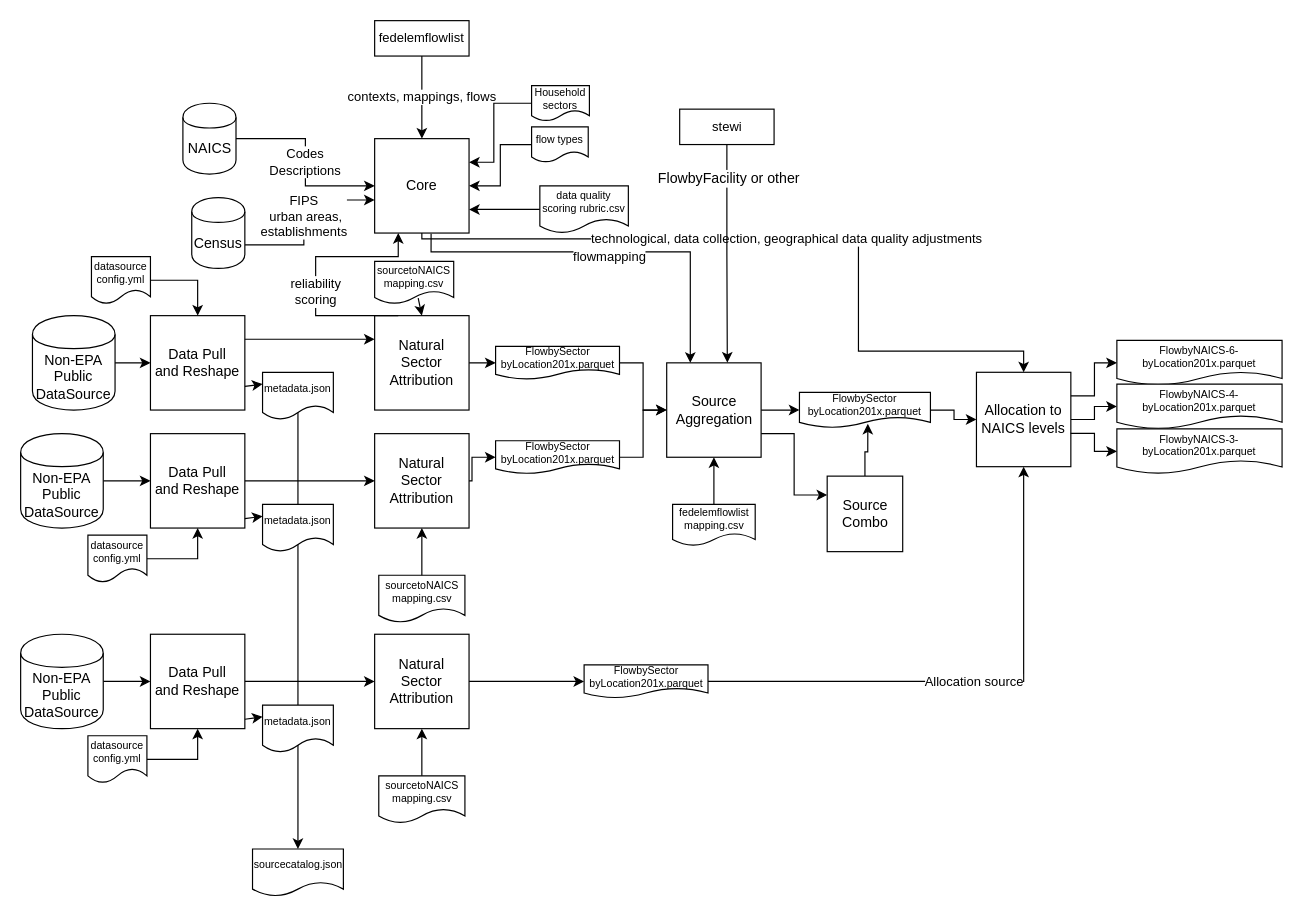
WesIngwersen/FLOWSA_design keeps this draw.io diagram as FLOWSA.drawio. Above is the earlier version. Source tidied: cells renumbered, new cells numbered last; positions are measured from the earlier drawing's top-left corner, leaving out a move shared by most shapes. Both pictures are drawn from the tidied source at 118%, with x=0, y=0 at pixel (20, 20).
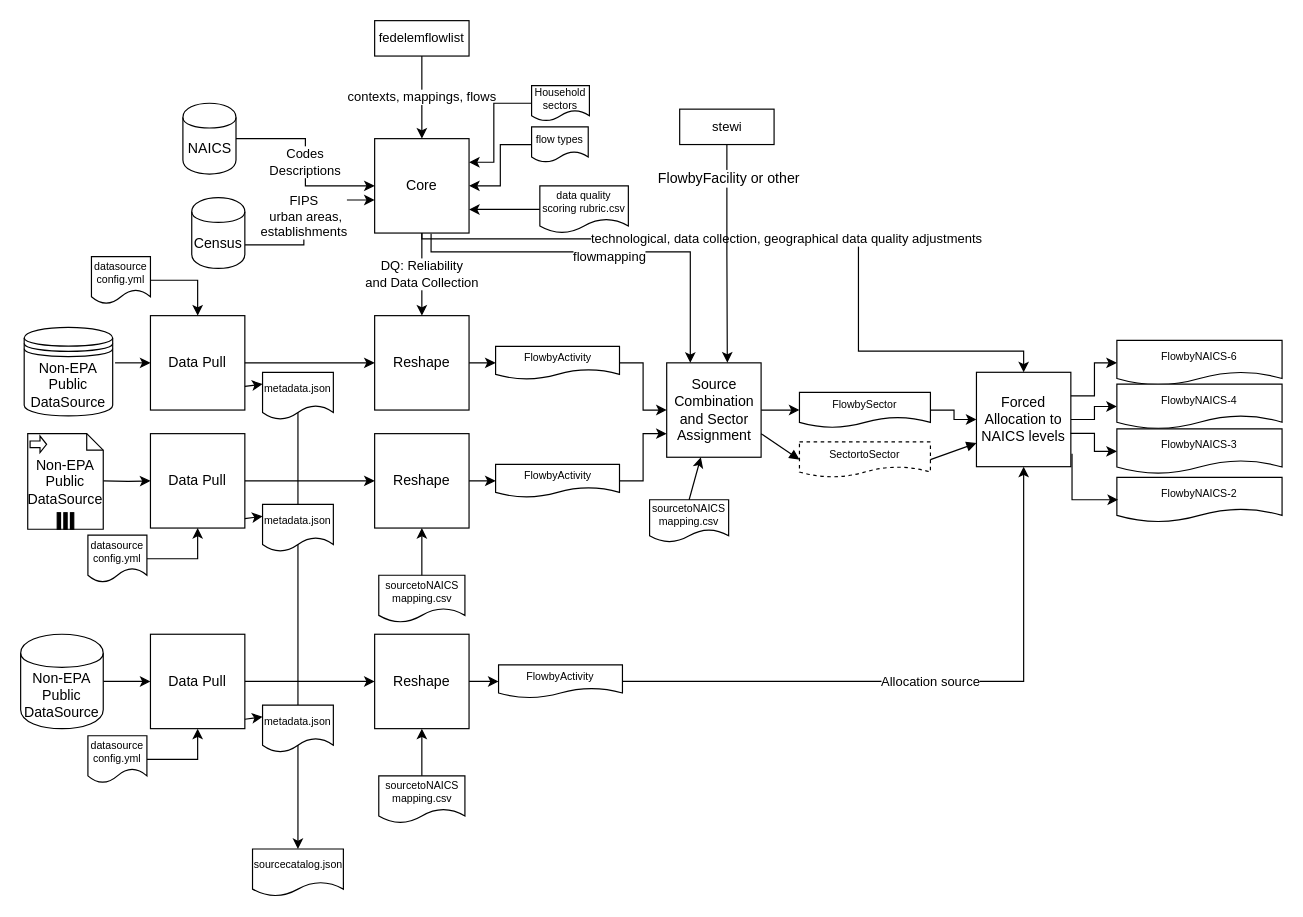
Above is the later version.

Commit message (it also covers changes not shown here):
Update flow diagram

The change refers to these unchanged cells:
```xml
<mxCell id="17" value="Core" style="whiteSpace=wrap;html=1;" parent="1" vertex="1">
  <mxGeometry x="300" y="100" width="80" height="80" as="geometry" />
</mxCell>
```

Diff of the diagram source:
```diff
@@
-    <mxCell id="2" style="edgeStyle=orthogonalEdgeStyle;rounded=0;jettySize=auto;html=1;entryX=0;entryY=0.5;entryDx=0;entryDy=0;" parent="1" edge="1" source="3" target="4">
-      <mxGeometry relative="1" as="geometry" />
+    <mxCell id="2" style="edgeStyle=orthogonalEdgeStyle;rounded=0;jettySize=auto;html=1;entryX=0;entryY=0.5;entryDx=0;entryDy=0;" parent="1" edge="1" target="4">
+      <mxGeometry relative="1" as="geometry">
+        <mxPoint x="80" y="290" as="sourcePoint" />
+      </mxGeometry>
     </mxCell>
-    <mxCell id="3" value="Non-EPA Public DataSource" style="shape=cylinder;whiteSpace=wrap;html=1;boundedLbl=1;backgroundOutline=1;" parent="1" vertex="1">
-      <mxGeometry x="10" y="250" width="70" height="80" as="geometry" />
-    </mxCell>
-    <mxCell id="4" value="Data Pull&lt;br&gt;and Reshape" style="whiteSpace=wrap;html=1;" parent="1" vertex="1">
+    <mxCell id="4" value="Data Pull" style="whiteSpace=wrap;html=1;" parent="1" vertex="1">
       <mxGeometry x="110" y="250" width="80" height="80" as="geometry" />
     </mxCell>
-    <mxCell id="5" style="endArrow=classic;html=1;exitX=1;exitY=0.25;exitDx=0;exitDy=0;entryX=0;entryY=0.25;entryDx=0;entryDy=0;" parent="1" edge="1" source="4" target="11">
+    <mxCell id="5" style="endArrow=classic;html=1;exitX=1;exitY=0.5;exitDx=0;exitDy=0;entryX=0;entryY=0.5;entryDx=0;entryDy=0;" parent="1" edge="1" source="4" target="11">
       <mxGeometry relative="1" as="geometry" />
     </mxCell>
@@
     <mxCell id="9" value="sourcetoNAICS&lt;br&gt;mapping.csv" style="shape=document;whiteSpace=wrap;html=1;boundedLbl=1;fontSize=9;" parent="1" vertex="1">
-      <mxGeometry x="300" y="204" width="67" height="36" as="geometry" />
+      <mxGeometry x="533" y="406" width="67" height="36" as="geometry" />
     </mxCell>
@@
-    <mxCell id="11" value="Natural&lt;br&gt;Sector&lt;br&gt;Attribution" style="whiteSpace=wrap;html=1;" parent="1" vertex="1">
+    <mxCell id="11" value="Reshape" style="whiteSpace=wrap;html=1;" parent="1" vertex="1">
       <mxGeometry x="300" y="250" width="80" height="80" as="geometry" />
     </mxCell>
@@
-    <mxCell id="15" value="FlowbySector&lt;br&gt;byLocation201x.parquet" style="shape=document;whiteSpace=wrap;html=1;boundedLbl=1;fontSize=9;" parent="1" vertex="1">
+    <mxCell id="15" value="FlowbySector" style="shape=document;whiteSpace=wrap;html=1;boundedLbl=1;fontSize=9;" parent="1" vertex="1">
       <mxGeometry x="660" y="315" width="111" height="30" as="geometry" />
     </mxCell>
-    <mxCell id="16" value="reliability&lt;br&gt;scoring" style="edgeStyle=orthogonalEdgeStyle;rounded=0;jettySize=auto;html=1;startArrow=classic;startFill=1;endArrow=none;endFill=0;fontSize=11;entryX=0.25;entryY=0;entryDx=0;entryDy=0;exitX=0.25;exitY=1;exitDx=0;exitDy=0;" parent="1" edge="1" source="17" target="11">
-      <mxGeometry x="0.14" relative="1" as="geometry">
-        <Array as="points">
-          <mxPoint x="320" y="200" />
-          <mxPoint x="250" y="200" />
-          <mxPoint x="250" y="250" />
-        </Array>
-      </mxGeometry>
+    <mxCell id="16" value="DQ: Reliability&lt;br&gt;and Data Collection" style="edgeStyle=orthogonalEdgeStyle;rounded=0;jettySize=auto;html=1;" parent="1" edge="1" source="17" target="11">
+      <mxGeometry relative="1" as="geometry" />
     </mxCell>
@@
-    <mxCell id="27" style="edgeStyle=orthogonalEdgeStyle;rounded=0;jettySize=auto;html=1;startArrow=classic;startFill=1;endArrow=none;endFill=0;fontSize=11;exitX=0.5;exitY=1;exitDx=0;exitDy=0;entryX=0.5;entryY=0;entryDx=0;entryDy=0;" parent="1" edge="1" source="38" target="28">
-      <mxGeometry relative="1" as="geometry" />
-    </mxCell>
-    <mxCell id="28" value="fedelemflowlist&lt;br&gt;mapping.csv" style="shape=document;whiteSpace=wrap;html=1;boundedLbl=1;fontSize=9;" parent="1" vertex="1">
-      <mxGeometry x="552.5" y="410" width="70" height="35" as="geometry" />
-    </mxCell>
@@
-    <mxCell id="30" value="Allocation to NAICS levels" style="whiteSpace=wrap;html=1;" parent="1" vertex="1">
+    <mxCell id="30" value="Forced&lt;br&gt;Allocation to NAICS levels" style="whiteSpace=wrap;html=1;" parent="1" vertex="1">
       <mxGeometry x="810" y="298" width="80" height="80" as="geometry" />
     </mxCell>
-    <mxCell id="31" value="FlowbyNAICS-6-byLocation201x.parquet" style="shape=document;whiteSpace=wrap;html=1;boundedLbl=1;fontSize=9;" parent="1" vertex="1">
+    <mxCell id="31" value="FlowbyNAICS-6" style="shape=document;whiteSpace=wrap;html=1;boundedLbl=1;fontSize=9;" parent="1" vertex="1">
       <mxGeometry x="929" y="271" width="140" height="38" as="geometry" />
     </mxCell>
-    <mxCell id="32" style="edgeStyle=orthogonalEdgeStyle;rounded=0;jettySize=auto;html=1;fontSize=11;entryX=0;entryY=0.5;entryDx=0;entryDy=0;" parent="1" edge="1" source="33" target="35">
-      <mxGeometry relative="1" as="geometry" />
+    <mxCell id="32" style="edgeStyle=orthogonalEdgeStyle;rounded=0;jettySize=auto;html=1;fontSize=11;entryX=0;entryY=0.5;entryDx=0;entryDy=0;" parent="1" edge="1" target="35">
+      <mxGeometry relative="1" as="geometry">
+        <mxPoint x="70" y="390" as="sourcePoint" />
+      </mxGeometry>
     </mxCell>
-    <mxCell id="33" value="Non-EPA Public DataSource" style="shape=cylinder;whiteSpace=wrap;html=1;boundedLbl=1;backgroundOutline=1;" parent="1" vertex="1">
-      <mxGeometry y="350" width="70" height="80" as="geometry" />
-    </mxCell>
@@
-    <mxCell id="35" value="Data Pull&lt;br&gt;and Reshape" style="whiteSpace=wrap;html=1;" parent="1" vertex="1">
+    <mxCell id="35" value="Data Pull" style="whiteSpace=wrap;html=1;" parent="1" vertex="1">
       <mxGeometry x="110" y="350" width="80" height="80" as="geometry" />
     </mxCell>
@@
-    <mxCell id="37" style="edgeStyle=orthogonalEdgeStyle;rounded=0;jettySize=auto;html=1;exitX=1;exitY=0.75;exitDx=0;exitDy=0;entryX=0;entryY=0.25;entryDx=0;entryDy=0;" parent="1" edge="1" source="38" target="74">
-      <mxGeometry relative="1" as="geometry" />
-    </mxCell>
-    <mxCell id="38" value="Source&lt;br&gt;Aggregation" style="whiteSpace=wrap;html=1;" parent="1" vertex="1">
+    <mxCell id="38" value="Source&lt;br&gt;Combination&lt;br&gt;and Sector Assignment" style="whiteSpace=wrap;html=1;" parent="1" vertex="1">
       <mxGeometry x="547.5" y="290" width="80" height="80" as="geometry" />
     </mxCell>
-    <mxCell id="39" value="Natural&lt;br&gt;Sector&lt;br&gt;Attribution" style="whiteSpace=wrap;html=1;" parent="1" vertex="1">
+    <mxCell id="39" value="Reshape" style="whiteSpace=wrap;html=1;" parent="1" vertex="1">
       <mxGeometry x="300" y="350" width="80" height="80" as="geometry" />
     </mxCell>
@@
-    <mxCell id="45" value="FlowbySector&lt;br&gt;byLocation201x.parquet" style="shape=document;whiteSpace=wrap;html=1;boundedLbl=1;fontSize=9;" parent="1" vertex="1">
+    <mxCell id="45" value="FlowbyActivity" style="shape=document;whiteSpace=wrap;html=1;boundedLbl=1;fontSize=9;" parent="1" vertex="1">
       <mxGeometry x="402.5" y="276" width="105" height="28" as="geometry" />
     </mxCell>
@@
-    <mxCell id="47" style="edgeStyle=orthogonalEdgeStyle;rounded=0;jettySize=auto;html=1;fontSize=11;" parent="1" edge="1" source="48" target="38">
+    <mxCell id="47" style="edgeStyle=orthogonalEdgeStyle;rounded=0;jettySize=auto;html=1;fontSize=11;entryX=0;entryY=0.75;entryDx=0;entryDy=0;" parent="1" edge="1" source="48" target="38">
       <mxGeometry relative="1" as="geometry" />
     </mxCell>
-    <mxCell id="48" value="FlowbySector&lt;br&gt;byLocation201x.parquet" style="shape=document;whiteSpace=wrap;html=1;boundedLbl=1;fontSize=9;" parent="1" vertex="1">
-      <mxGeometry x="402.5" y="356" width="105" height="28" as="geometry" />
+    <mxCell id="48" value="FlowbyActivity" style="shape=document;whiteSpace=wrap;html=1;boundedLbl=1;fontSize=9;" parent="1" vertex="1">
+      <mxGeometry x="402.5" y="376" width="105" height="28" as="geometry" />
     </mxCell>
@@
-    <mxCell id="54" style="endArrow=classic;html=1;fontSize=11;exitX=0.551;exitY=0.866;exitDx=0;exitDy=0;exitPerimeter=0;entryX=0.5;entryY=0;entryDx=0;entryDy=0;" parent="1" edge="1" source="9" target="11">
+    <mxCell id="54" style="endArrow=classic;html=1;fontSize=11;exitX=0.5;exitY=0;exitDx=0;exitDy=0;" parent="1" edge="1" source="9" target="38">
       <mxGeometry relative="1" as="geometry" />
     </mxCell>
-    <mxCell id="55" value="FlowbyNAICS-3-byLocation201x.parquet" style="shape=document;whiteSpace=wrap;html=1;boundedLbl=1;fontSize=9;" parent="1" vertex="1">
+    <mxCell id="55" value="FlowbyNAICS-3" style="shape=document;whiteSpace=wrap;html=1;boundedLbl=1;fontSize=9;" parent="1" vertex="1">
       <mxGeometry x="929" y="346" width="140" height="38" as="geometry" />
     </mxCell>
-    <mxCell id="56" value="FlowbyNAICS-4-byLocation201x.parquet" style="shape=document;whiteSpace=wrap;html=1;boundedLbl=1;fontSize=9;" parent="1" vertex="1">
+    <mxCell id="56" value="FlowbyNAICS-4" style="shape=document;whiteSpace=wrap;html=1;boundedLbl=1;fontSize=9;" parent="1" vertex="1">
       <mxGeometry x="929" y="308" width="140" height="38" as="geometry" />
     </mxCell>
@@
-    <mxCell id="62" value="Data Pull&lt;br&gt;and Reshape" style="whiteSpace=wrap;html=1;" parent="1" vertex="1">
+    <mxCell id="62" value="Data Pull" style="whiteSpace=wrap;html=1;" parent="1" vertex="1">
       <mxGeometry x="110" y="520" width="80" height="80" as="geometry" />
     </mxCell>
-    <mxCell id="63" value="Natural&lt;br&gt;Sector&lt;br&gt;Attribution" style="whiteSpace=wrap;html=1;" parent="1" vertex="1">
+    <mxCell id="63" value="Reshape" style="whiteSpace=wrap;html=1;" parent="1" vertex="1">
       <mxGeometry x="300" y="520" width="80" height="80" as="geometry" />
     </mxCell>
@@
-    <mxCell id="68" value="FlowbySector&lt;br&gt;byLocation201x.parquet" style="shape=document;whiteSpace=wrap;html=1;boundedLbl=1;fontSize=9;" parent="1" vertex="1">
-      <mxGeometry x="477.5" y="546" width="105" height="28" as="geometry" />
+    <mxCell id="68" value="FlowbyActivity" style="shape=document;whiteSpace=wrap;html=1;boundedLbl=1;fontSize=9;" parent="1" vertex="1">
+      <mxGeometry x="405" y="546" width="105" height="28" as="geometry" />
     </mxCell>
@@
-    <mxCell id="73" style="edgeStyle=orthogonalEdgeStyle;rounded=0;jettySize=auto;html=1;exitX=0.5;exitY=0;exitDx=0;exitDy=0;entryX=0.522;entryY=0.888;entryDx=0;entryDy=0;entryPerimeter=0;" parent="1" edge="1" source="74" target="15">
-      <mxGeometry relative="1" as="geometry" />
-    </mxCell>
-    <mxCell id="74" value="Source&lt;br&gt;Combo" style="whiteSpace=wrap;html=1;" parent="1" vertex="1">
-      <mxGeometry x="683.5" y="386" width="64" height="64" as="geometry" />
-    </mxCell>
@@
+    <mxCell id="81" value="&lt;span style=&quot;white-space: normal&quot;&gt;Non-EPA Public DataSource&lt;/span&gt;" style="shape=datastore;whiteSpace=wrap;html=1;" parent="1" vertex="1">
+      <mxGeometry x="3" y="260" width="75" height="75" as="geometry" />
+    </mxCell>
+    <mxCell id="82" value="&lt;span style=&quot;white-space: normal&quot;&gt;Non-EPA Public DataSource&lt;/span&gt;" style="shape=note;whiteSpace=wrap;size=14;html=1;" parent="1" vertex="1">
+      <mxGeometry x="6" y="350" width="64" height="81" as="geometry" />
+    </mxCell>
+    <mxCell id="83" style="html=1;shape=singleArrow;arrowWidth=0.4;arrowSize=0.4;" parent="82" vertex="1">
+      <mxGeometry width="14" height="14" relative="1" as="geometry">
+        <mxPoint x="2" y="2" as="offset" />
+      </mxGeometry>
+    </mxCell>
+    <mxCell id="84" style="html=1;whiteSpace=wrap;shape=parallelMarker;" parent="82" vertex="1">
+      <mxGeometry x="0.5" y="1" width="14" height="14" relative="1" as="geometry">
+        <mxPoint x="-7" y="-14" as="offset" />
+      </mxGeometry>
+    </mxCell>
+    <mxCell id="85" value="SectortoSector" style="shape=document;whiteSpace=wrap;html=1;boundedLbl=1;fontSize=9;dashed=1;" parent="1" vertex="1">
+      <mxGeometry x="660" y="357" width="111" height="30" as="geometry" />
+    </mxCell>
+    <mxCell id="86" style="endArrow=block;endFill=1;endSize=6;html=1;exitX=1;exitY=0.75;exitDx=0;exitDy=0;entryX=0;entryY=0.5;entryDx=0;entryDy=0;" parent="1" edge="1" source="38" target="85">
+      <mxGeometry relative="1" as="geometry" />
+    </mxCell>
+    <mxCell id="87" style="endArrow=block;endFill=1;endSize=6;html=1;exitX=1;exitY=0.5;exitDx=0;exitDy=0;entryX=0;entryY=0.75;entryDx=0;entryDy=0;" parent="1" edge="1" source="85" target="30">
+      <mxGeometry relative="1" as="geometry" />
+    </mxCell>
+    <mxCell id="88" value="FlowbyNAICS-2" style="shape=document;whiteSpace=wrap;html=1;boundedLbl=1;fontSize=9;" parent="1" vertex="1">
+      <mxGeometry x="929" y="387" width="140" height="38" as="geometry" />
+    </mxCell>
+    <mxCell id="89" style="edgeStyle=orthogonalEdgeStyle;rounded=0;orthogonalLoop=1;jettySize=auto;html=1;exitX=1;exitY=0.863;exitDx=0;exitDy=0;exitPerimeter=0;entryX=0;entryY=0.5;entryDx=0;entryDy=0;" parent="1" edge="1">
+      <mxGeometry relative="1" as="geometry">
+        <mxPoint x="891" y="367" as="sourcePoint" />
+        <mxPoint x="930" y="406" as="targetPoint" />
+        <Array as="points">
+          <mxPoint x="891" y="406" />
+        </Array>
+      </mxGeometry>
+    </mxCell>
```
